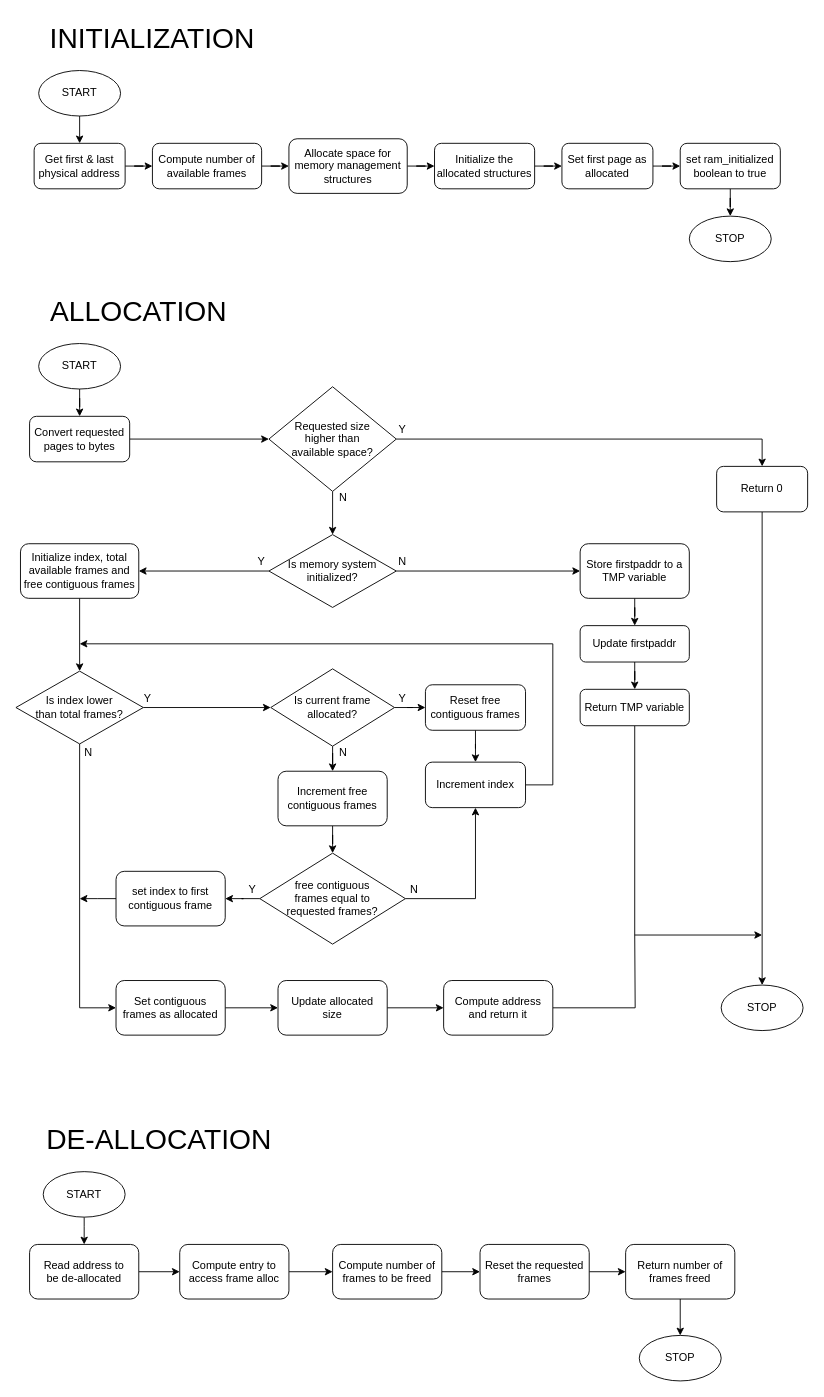
Before: page "Memory management" (2 of 4) of Flow Charts.drawio in Davide619/OS161, a draw.io diagram. Source tidied: cells renumbered, new cells numbered last; positions are measured from the earlier drawing's top-left corner, leaving out a move shared by most shapes. Both pictures are drawn from the tidied source at 91%, with x=0, y=0 at pixel (15, 15).
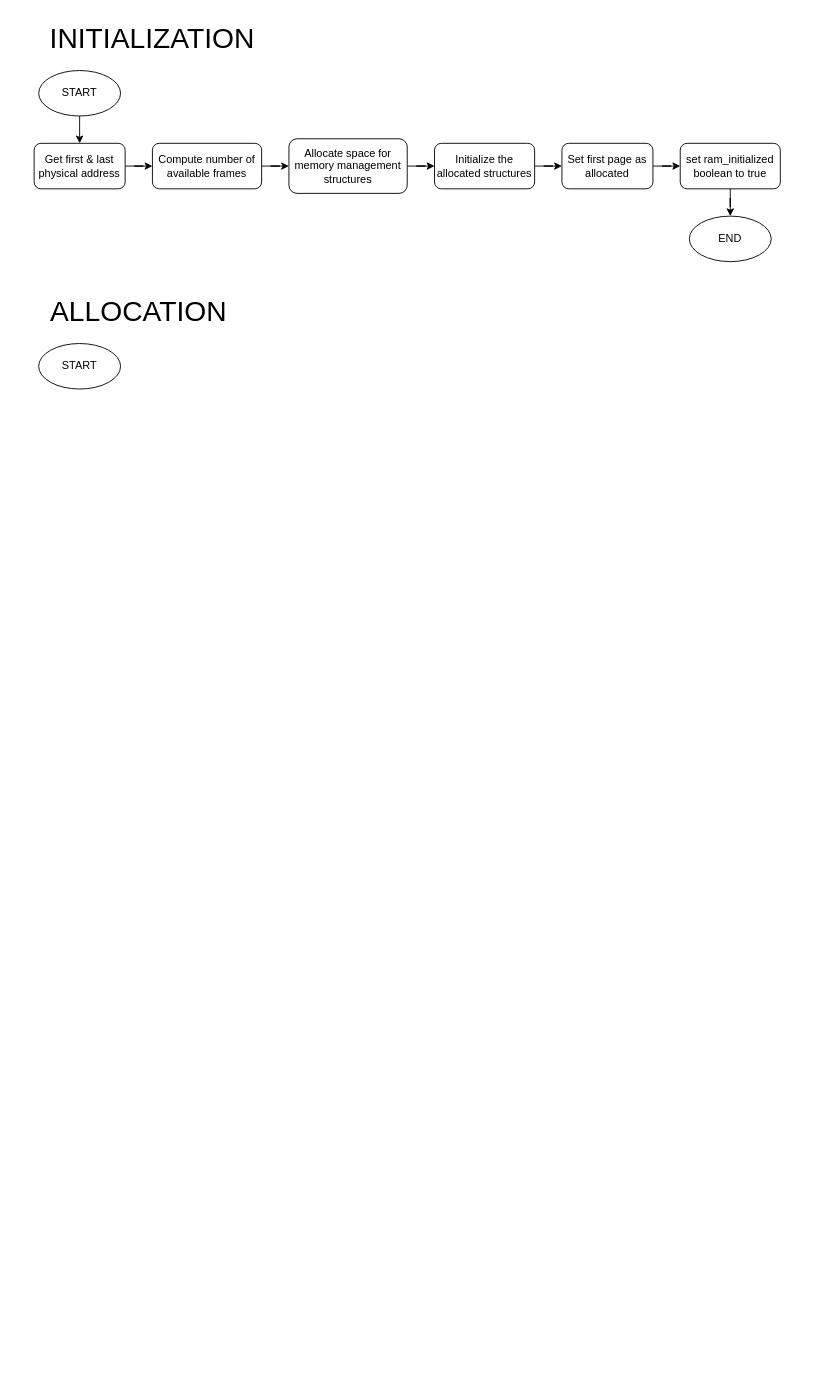
Above is the later version.

The change refers to these unchanged cells:
```xml
<mxCell id="20" value="START" style="ellipse;whiteSpace=wrap;html=1;" parent="1" vertex="1">
  <mxGeometry x="25" y="360" width="90" height="50" as="geometry" />
</mxCell>
```

Diff of the diagram source:
```diff
@@
-    <mxCell id="16" value="STOP" style="ellipse;whiteSpace=wrap;html=1;" parent="1" vertex="1">
+    <mxCell id="16" value="END" style="ellipse;whiteSpace=wrap;html=1;" parent="1" vertex="1">
       <mxGeometry x="740" y="220" width="90" height="50" as="geometry" />
     </mxCell>
@@
-    <mxCell id="19" style="edgeStyle=orthogonalEdgeStyle;rounded=0;jettySize=auto;html=1;" parent="1" edge="1" source="20" target="22">
-      <mxGeometry relative="1" as="geometry" />
-    </mxCell>
@@
-    <mxCell id="21" style="edgeStyle=orthogonalEdgeStyle;rounded=0;jettySize=auto;html=1;entryX=0;entryY=0.5;entryDx=0;entryDy=0;" parent="1" edge="1" source="22" target="25">
-      <mxGeometry relative="1" as="geometry" />
-    </mxCell>
-    <mxCell id="22" value="Convert requested pages to bytes" style="rounded=1;whiteSpace=wrap;html=1;" parent="1" vertex="1">
-      <mxGeometry x="15" y="440" width="110" height="50" as="geometry" />
-    </mxCell>
-    <mxCell id="23" style="edgeStyle=orthogonalEdgeStyle;rounded=0;jettySize=auto;html=1;entryX=0.5;entryY=0;entryDx=0;entryDy=0;" parent="1" edge="1" source="25" target="27">
-      <mxGeometry relative="1" as="geometry" />
-    </mxCell>
-    <mxCell id="24" style="edgeStyle=orthogonalEdgeStyle;rounded=0;jettySize=auto;html=1;" parent="1" edge="1" source="25" target="31">
-      <mxGeometry relative="1" as="geometry" />
-    </mxCell>
-    <mxCell id="25" value="Requested size &lt;br&gt;higher than &lt;br&gt;available space?" style="rhombus;whiteSpace=wrap;html=1;" parent="1" vertex="1">
-      <mxGeometry x="278" y="407.5" width="140" height="115" as="geometry" />
-    </mxCell>
-    <mxCell id="26" style="edgeStyle=orthogonalEdgeStyle;rounded=0;jettySize=auto;html=1;entryX=0.5;entryY=0;entryDx=0;entryDy=0;" parent="1" edge="1" source="27" target="67">
-      <mxGeometry relative="1" as="geometry" />
-    </mxCell>
-    <mxCell id="27" value="Return 0" style="rounded=1;whiteSpace=wrap;html=1;" parent="1" vertex="1">
-      <mxGeometry x="770" y="495" width="100" height="50" as="geometry" />
-    </mxCell>
-    <mxCell id="28" value="Y" style="text;html=1;strokeColor=none;fillColor=none;align=center;verticalAlign=middle;whiteSpace=wrap;rounded=0;" parent="1" vertex="1">
-      <mxGeometry x="395" y="440" width="60" height="30" as="geometry" />
-    </mxCell>
-    <mxCell id="29" style="edgeStyle=orthogonalEdgeStyle;rounded=0;jettySize=auto;html=1;entryX=0;entryY=0.5;entryDx=0;entryDy=0;" parent="1" edge="1" source="31" target="34">
-      <mxGeometry relative="1" as="geometry" />
-    </mxCell>
-    <mxCell id="30" style="edgeStyle=orthogonalEdgeStyle;rounded=0;jettySize=auto;html=1;entryX=1;entryY=0.5;entryDx=0;entryDy=0;" parent="1" edge="1" source="31" target="42">
-      <mxGeometry relative="1" as="geometry" />
-    </mxCell>
-    <mxCell id="31" value="Is memory system &lt;br&gt;initialized?" style="rhombus;whiteSpace=wrap;html=1;" parent="1" vertex="1">
-      <mxGeometry x="278" y="570" width="140" height="80" as="geometry" />
-    </mxCell>
-    <mxCell id="32" value="N" style="text;html=1;strokeColor=none;fillColor=none;align=center;verticalAlign=middle;whiteSpace=wrap;rounded=0;" parent="1" vertex="1">
-      <mxGeometry x="330" y="515" width="60" height="30" as="geometry" />
-    </mxCell>
-    <mxCell id="33" style="edgeStyle=orthogonalEdgeStyle;rounded=0;jettySize=auto;html=1;entryX=0.5;entryY=0;entryDx=0;entryDy=0;" parent="1" edge="1" source="34" target="36">
-      <mxGeometry relative="1" as="geometry" />
-    </mxCell>
-    <mxCell id="34" value="Store firstpaddr to a TMP variable" style="rounded=1;whiteSpace=wrap;html=1;" parent="1" vertex="1">
-      <mxGeometry x="620" y="580" width="120" height="60" as="geometry" />
-    </mxCell>
-    <mxCell id="35" style="edgeStyle=orthogonalEdgeStyle;rounded=0;jettySize=auto;html=1;entryX=0.5;entryY=0;entryDx=0;entryDy=0;" parent="1" edge="1" source="36" target="38">
-      <mxGeometry relative="1" as="geometry" />
-    </mxCell>
-    <mxCell id="36" value="Update firstpaddr" style="rounded=1;whiteSpace=wrap;html=1;" parent="1" vertex="1">
-      <mxGeometry x="620" y="670" width="120" height="40" as="geometry" />
-    </mxCell>
-    <mxCell id="37" style="edgeStyle=orthogonalEdgeStyle;rounded=0;jettySize=auto;html=1;endArrow=none;endFill=0;" parent="1" edge="1" source="38">
-      <mxGeometry relative="1" as="geometry">
-        <mxPoint x="680" y="1010" as="targetPoint" />
-        <Array as="points">
-          <mxPoint x="680" y="1010" />
-        </Array>
-      </mxGeometry>
-    </mxCell>
-    <mxCell id="38" value="Return TMP variable" style="rounded=1;whiteSpace=wrap;html=1;" parent="1" vertex="1">
-      <mxGeometry x="620" y="740" width="120" height="40" as="geometry" />
-    </mxCell>
-    <mxCell id="39" value="N" style="text;html=1;strokeColor=none;fillColor=none;align=center;verticalAlign=middle;whiteSpace=wrap;rounded=0;" parent="1" vertex="1">
-      <mxGeometry x="395" y="585" width="60" height="30" as="geometry" />
-    </mxCell>
-    <mxCell id="40" value="Y" style="text;html=1;strokeColor=none;fillColor=none;align=center;verticalAlign=middle;whiteSpace=wrap;rounded=0;" parent="1" vertex="1">
-      <mxGeometry x="240" y="585" width="60" height="30" as="geometry" />
-    </mxCell>
-    <mxCell id="41" style="edgeStyle=orthogonalEdgeStyle;rounded=0;jettySize=auto;html=1;entryX=0.5;entryY=0;entryDx=0;entryDy=0;" parent="1" edge="1" source="42" target="45">
-      <mxGeometry relative="1" as="geometry" />
-    </mxCell>
-    <mxCell id="42" value="Initialize index, total available frames and free contiguous frames" style="rounded=1;whiteSpace=wrap;html=1;" parent="1" vertex="1">
-      <mxGeometry x="5" y="580" width="130" height="60" as="geometry" />
-    </mxCell>
-    <mxCell id="43" style="edgeStyle=orthogonalEdgeStyle;rounded=0;jettySize=auto;html=1;entryX=0;entryY=0.5;entryDx=0;entryDy=0;" parent="1" edge="1" source="45" target="48">
-      <mxGeometry relative="1" as="geometry" />
-    </mxCell>
-    <mxCell id="44" style="edgeStyle=orthogonalEdgeStyle;rounded=0;jettySize=auto;html=1;entryX=0;entryY=0.5;entryDx=0;entryDy=0;" parent="1" edge="1" source="45" target="62">
-      <mxGeometry relative="1" as="geometry" />
-    </mxCell>
-    <mxCell id="45" value="Is index lower &lt;br&gt;than total frames?" style="rhombus;whiteSpace=wrap;html=1;" parent="1" vertex="1">
-      <mxGeometry y="720" width="140" height="80" as="geometry" />
-    </mxCell>
-    <mxCell id="46" style="edgeStyle=orthogonalEdgeStyle;rounded=0;jettySize=auto;html=1;entryX=0;entryY=0.5;entryDx=0;entryDy=0;" parent="1" edge="1" source="48" target="51">
-      <mxGeometry relative="1" as="geometry" />
-    </mxCell>
-    <mxCell id="47" style="edgeStyle=orthogonalEdgeStyle;rounded=0;jettySize=auto;html=1;entryX=0.5;entryY=0;entryDx=0;entryDy=0;" parent="1" edge="1" source="48" target="55">
-      <mxGeometry relative="1" as="geometry" />
-    </mxCell>
-    <mxCell id="48" value="Is current frame &lt;br&gt;allocated?" style="rhombus;whiteSpace=wrap;html=1;" parent="1" vertex="1">
-      <mxGeometry x="280" y="717.5" width="136" height="85" as="geometry" />
-    </mxCell>
-    <mxCell id="49" value="Y" style="text;html=1;strokeColor=none;fillColor=none;align=center;verticalAlign=middle;whiteSpace=wrap;rounded=0;" parent="1" vertex="1">
-      <mxGeometry x="115" y="735" width="60" height="30" as="geometry" />
-    </mxCell>
-    <mxCell id="50" style="edgeStyle=orthogonalEdgeStyle;rounded=0;jettySize=auto;html=1;entryX=0.5;entryY=0;entryDx=0;entryDy=0;" parent="1" edge="1" source="51" target="53">
-      <mxGeometry relative="1" as="geometry" />
-    </mxCell>
-    <mxCell id="51" value="Reset free&lt;br&gt;contiguous frames" style="rounded=1;whiteSpace=wrap;html=1;" parent="1" vertex="1">
-      <mxGeometry x="450" y="735" width="110" height="50" as="geometry" />
-    </mxCell>
-    <mxCell id="52" style="edgeStyle=orthogonalEdgeStyle;rounded=0;jettySize=auto;html=1;" parent="1" edge="1" source="53">
-      <mxGeometry relative="1" as="geometry">
-        <mxPoint x="70" y="690" as="targetPoint" />
-        <Array as="points">
-          <mxPoint x="590" y="845" />
-          <mxPoint x="590" y="690" />
-          <mxPoint x="70" y="690" />
-        </Array>
-      </mxGeometry>
-    </mxCell>
-    <mxCell id="53" value="Increment index" style="rounded=1;whiteSpace=wrap;html=1;" parent="1" vertex="1">
-      <mxGeometry x="450" y="820" width="110" height="50" as="geometry" />
-    </mxCell>
-    <mxCell id="54" style="edgeStyle=orthogonalEdgeStyle;rounded=0;jettySize=auto;html=1;entryX=0.5;entryY=0;entryDx=0;entryDy=0;" parent="1" edge="1" source="55" target="58">
-      <mxGeometry relative="1" as="geometry" />
-    </mxCell>
-    <mxCell id="55" value="Increment free&lt;br&gt;contiguous frames" style="rounded=1;whiteSpace=wrap;html=1;" parent="1" vertex="1">
-      <mxGeometry x="288" y="830" width="120" height="60" as="geometry" />
-    </mxCell>
-    <mxCell id="56" style="edgeStyle=orthogonalEdgeStyle;rounded=0;jettySize=auto;html=1;entryX=0.5;entryY=1;entryDx=0;entryDy=0;" parent="1" edge="1" source="58" target="53">
-      <mxGeometry relative="1" as="geometry" />
-    </mxCell>
-    <mxCell id="57" style="edgeStyle=orthogonalEdgeStyle;rounded=0;jettySize=auto;html=1;entryX=1;entryY=0.5;entryDx=0;entryDy=0;" parent="1" edge="1" source="58" target="60">
-      <mxGeometry relative="1" as="geometry" />
-    </mxCell>
-    <mxCell id="58" value="free contiguous &lt;br&gt;frames equal to&lt;br&gt;requested frames?" style="rhombus;whiteSpace=wrap;html=1;" parent="1" vertex="1">
-      <mxGeometry x="268" y="920" width="160" height="100" as="geometry" />
-    </mxCell>
-    <mxCell id="59" style="edgeStyle=orthogonalEdgeStyle;rounded=0;jettySize=auto;html=1;" parent="1" edge="1" source="60">
-      <mxGeometry relative="1" as="geometry">
-        <mxPoint x="70" y="970" as="targetPoint" />
-      </mxGeometry>
-    </mxCell>
-    <mxCell id="60" value="set index to first contiguous frame" style="rounded=1;whiteSpace=wrap;html=1;" parent="1" vertex="1">
-      <mxGeometry x="110" y="940" width="120" height="60" as="geometry" />
-    </mxCell>
-    <mxCell id="61" style="edgeStyle=orthogonalEdgeStyle;rounded=0;jettySize=auto;html=1;entryX=0;entryY=0.5;entryDx=0;entryDy=0;" parent="1" edge="1" source="62" target="64">
-      <mxGeometry relative="1" as="geometry" />
-    </mxCell>
-    <mxCell id="62" value="Set contiguous frames as allocated" style="rounded=1;whiteSpace=wrap;html=1;" parent="1" vertex="1">
-      <mxGeometry x="110" y="1060" width="120" height="60" as="geometry" />
-    </mxCell>
-    <mxCell id="63" style="edgeStyle=orthogonalEdgeStyle;rounded=0;jettySize=auto;html=1;entryX=0;entryY=0.5;entryDx=0;entryDy=0;" parent="1" edge="1" source="64" target="66">
-      <mxGeometry relative="1" as="geometry" />
-    </mxCell>
-    <mxCell id="64" value="Update allocated&lt;br&gt;size" style="rounded=1;whiteSpace=wrap;html=1;" parent="1" vertex="1">
-      <mxGeometry x="288" y="1060" width="120" height="60" as="geometry" />
-    </mxCell>
-    <mxCell id="65" style="edgeStyle=orthogonalEdgeStyle;rounded=0;jettySize=auto;html=1;endArrow=none;endFill=0;" parent="1" edge="1" source="66">
-      <mxGeometry relative="1" as="geometry">
-        <mxPoint x="680" y="1010" as="targetPoint" />
-      </mxGeometry>
-    </mxCell>
-    <mxCell id="66" value="Compute address&lt;br&gt;and return it" style="rounded=1;whiteSpace=wrap;html=1;" parent="1" vertex="1">
-      <mxGeometry x="470" y="1060" width="120" height="60" as="geometry" />
-    </mxCell>
-    <mxCell id="67" value="STOP" style="ellipse;whiteSpace=wrap;html=1;" parent="1" vertex="1">
-      <mxGeometry x="775" y="1065" width="90" height="50" as="geometry" />
-    </mxCell>
-    <mxCell id="68" value="N" style="text;html=1;strokeColor=none;fillColor=none;align=center;verticalAlign=middle;whiteSpace=wrap;rounded=0;" parent="1" vertex="1">
-      <mxGeometry x="50" y="795" width="60" height="30" as="geometry" />
-    </mxCell>
-    <mxCell id="69" value="Y" style="text;html=1;strokeColor=none;fillColor=none;align=center;verticalAlign=middle;whiteSpace=wrap;rounded=0;" parent="1" vertex="1">
-      <mxGeometry x="395" y="735" width="60" height="30" as="geometry" />
-    </mxCell>
-    <mxCell id="70" value="N" style="text;html=1;strokeColor=none;fillColor=none;align=center;verticalAlign=middle;whiteSpace=wrap;rounded=0;" parent="1" vertex="1">
-      <mxGeometry x="330" y="795" width="60" height="30" as="geometry" />
-    </mxCell>
-    <mxCell id="71" value="N" style="text;html=1;strokeColor=none;fillColor=none;align=center;verticalAlign=middle;whiteSpace=wrap;rounded=0;" parent="1" vertex="1">
-      <mxGeometry x="408" y="945" width="60" height="30" as="geometry" />
-    </mxCell>
-    <mxCell id="72" value="Y" style="text;html=1;strokeColor=none;fillColor=none;align=center;verticalAlign=middle;whiteSpace=wrap;rounded=0;" parent="1" vertex="1">
-      <mxGeometry x="230" y="945" width="60" height="30" as="geometry" />
-    </mxCell>
-    <mxCell id="73" style="endArrow=classic;html=1;rounded=0;" parent="1" edge="1">
-      <mxGeometry relative="1" as="geometry">
-        <mxPoint x="680" y="1010" as="sourcePoint" />
-        <mxPoint x="820" y="1010" as="targetPoint" />
-      </mxGeometry>
-    </mxCell>
-    <mxCell id="74" value="&lt;font style=&quot;font-size: 31px;&quot;&gt;DE-ALLOCATION&lt;/font&gt;" style="text;html=1;strokeColor=none;fillColor=none;align=center;verticalAlign=middle;whiteSpace=wrap;rounded=0;" parent="1" vertex="1">
-      <mxGeometry x="25" y="1210" width="265" height="50" as="geometry" />
-    </mxCell>
-    <mxCell id="75" style="edgeStyle=orthogonalEdgeStyle;rounded=0;jettySize=auto;html=1;endArrow=classic;endFill=1;" parent="1" edge="1" source="76" target="78">
-      <mxGeometry relative="1" as="geometry">
-        <Array as="points">
-          <mxPoint x="75" y="1330" />
-          <mxPoint x="75" y="1330" />
-        </Array>
-      </mxGeometry>
-    </mxCell>
-    <mxCell id="76" value="START" style="ellipse;whiteSpace=wrap;html=1;" parent="1" vertex="1">
-      <mxGeometry x="30" y="1270" width="90" height="50" as="geometry" />
-    </mxCell>
-    <mxCell id="77" style="edgeStyle=orthogonalEdgeStyle;rounded=0;jettySize=auto;html=1;entryX=0;entryY=0.5;entryDx=0;entryDy=0;endArrow=classic;endFill=1;" parent="1" edge="1" source="78" target="80">
-      <mxGeometry relative="1" as="geometry" />
-    </mxCell>
-    <mxCell id="78" value="Read address to&lt;br&gt;be de-allocated" style="rounded=1;whiteSpace=wrap;html=1;" parent="1" vertex="1">
-      <mxGeometry x="15" y="1350" width="120" height="60" as="geometry" />
-    </mxCell>
-    <mxCell id="79" style="edgeStyle=orthogonalEdgeStyle;rounded=0;jettySize=auto;html=1;entryX=0;entryY=0.5;entryDx=0;entryDy=0;endArrow=classic;endFill=1;" parent="1" edge="1" source="80" target="82">
-      <mxGeometry relative="1" as="geometry" />
-    </mxCell>
-    <mxCell id="80" value="Compute entry to access frame alloc" style="rounded=1;whiteSpace=wrap;html=1;" parent="1" vertex="1">
-      <mxGeometry x="180" y="1350" width="120" height="60" as="geometry" />
-    </mxCell>
-    <mxCell id="81" style="edgeStyle=orthogonalEdgeStyle;rounded=0;jettySize=auto;html=1;entryX=0;entryY=0.5;entryDx=0;entryDy=0;endArrow=classic;endFill=1;" parent="1" edge="1" source="82" target="84">
-      <mxGeometry relative="1" as="geometry" />
-    </mxCell>
-    <mxCell id="82" value="Compute number of frames to be freed" style="rounded=1;whiteSpace=wrap;html=1;" parent="1" vertex="1">
-      <mxGeometry x="348" y="1350" width="120" height="60" as="geometry" />
-    </mxCell>
-    <mxCell id="83" style="edgeStyle=orthogonalEdgeStyle;rounded=0;jettySize=auto;html=1;entryX=0;entryY=0.5;entryDx=0;entryDy=0;endArrow=classic;endFill=1;" parent="1" edge="1" source="84" target="86">
-      <mxGeometry relative="1" as="geometry" />
-    </mxCell>
-    <mxCell id="84" value="Reset the requested frames" style="rounded=1;whiteSpace=wrap;html=1;" parent="1" vertex="1">
-      <mxGeometry x="510" y="1350" width="120" height="60" as="geometry" />
-    </mxCell>
-    <mxCell id="85" style="edgeStyle=orthogonalEdgeStyle;rounded=0;jettySize=auto;html=1;entryX=0.5;entryY=0;entryDx=0;entryDy=0;endArrow=classic;endFill=1;" parent="1" edge="1" source="86" target="87">
-      <mxGeometry relative="1" as="geometry" />
-    </mxCell>
-    <mxCell id="86" value="Return number of frames freed" style="rounded=1;whiteSpace=wrap;html=1;" parent="1" vertex="1">
-      <mxGeometry x="670" y="1350" width="120" height="60" as="geometry" />
-    </mxCell>
-    <mxCell id="87" value="STOP" style="ellipse;whiteSpace=wrap;html=1;" parent="1" vertex="1">
-      <mxGeometry x="685" y="1450" width="90" height="50" as="geometry" />
-    </mxCell>
```
